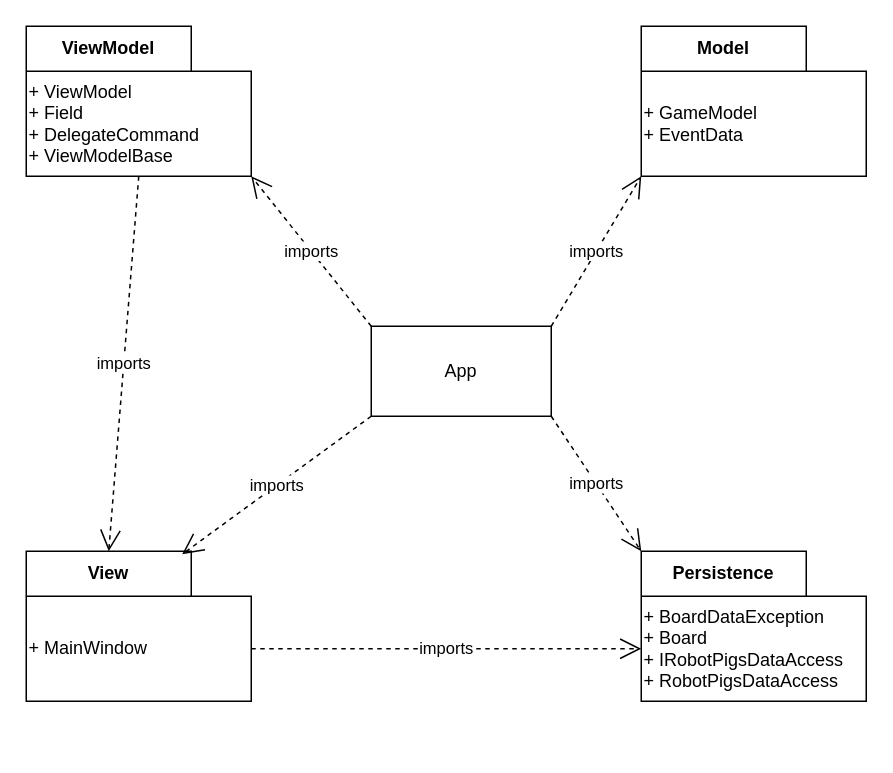
Earlier version of the draw.io diagram DOKUMENTÁCIÓ/packagediag.drawio (Reun85/esemenyvezbeadando). Source tidied: cells renumbered, new cells numbered last; positions are measured from the earlier drawing's top-left corner, leaving out a move shared by most shapes. Both pictures are drawn from the tidied source at 150%, with x=0, y=0 at pixel (26, 26).
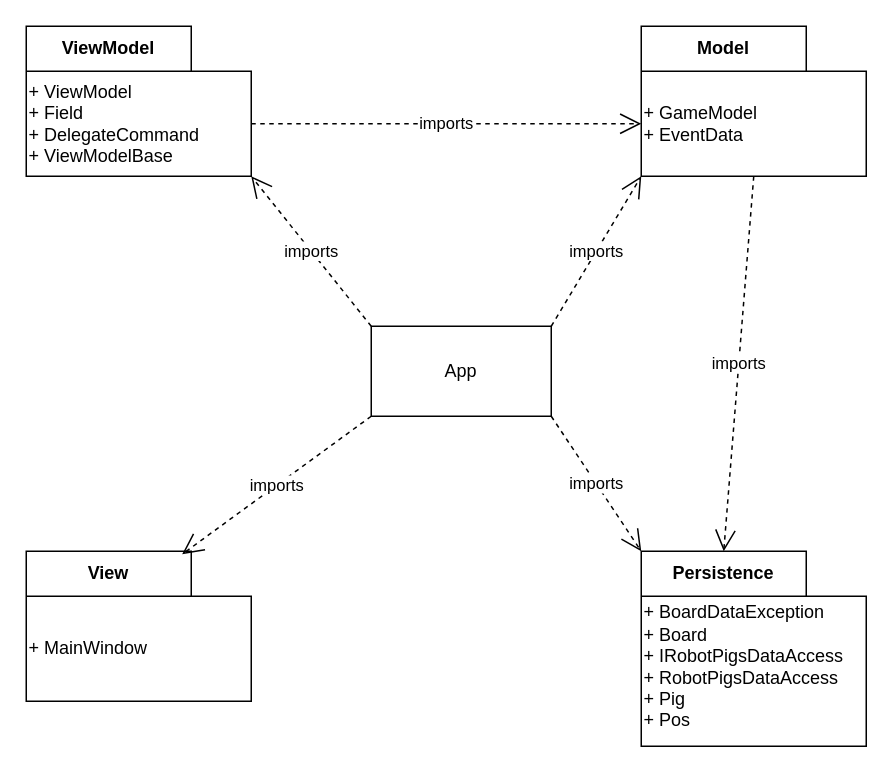
The same diagram, later.

Diff of the diagram source:
```diff
@@
 <mxGraphModel>
   <root>
     <mxCell id="0" />
     <mxCell id="1" parent="0" />
     <mxCell id="2" value="ViewModel" style="shape=folder;fontStyle=1;tabWidth=110;tabHeight=30;tabPosition=left;html=1;boundedLbl=1;labelInHeader=1;whiteSpace=wrap;" parent="1" vertex="1">
       <mxGeometry width="150" height="100" as="geometry" />
     </mxCell>
     <mxCell id="3" value="&lt;p style=&quot;line-height: 80%;&quot;&gt;&lt;/p&gt;&lt;div align=&quot;left&quot;&gt;+ ViewModel&lt;/div&gt;&lt;div align=&quot;left&quot;&gt;+ Field&lt;/div&gt;&lt;div align=&quot;left&quot;&gt;+ DelegateCommand&lt;/div&gt;&lt;div align=&quot;left&quot;&gt;+ ViewModelBase&lt;br&gt;&lt;/div&gt;&lt;p&gt;&lt;/p&gt;" style="html=1;strokeColor=none;fillColor=none;whiteSpace=wrap;align=left;" parent="2" vertex="1">
       <mxGeometry width="150" height="70" relative="1" as="geometry">
         <mxPoint y="30" as="offset" />
       </mxGeometry>
     </mxCell>
     <mxCell id="4" value="Model" style="shape=folder;fontStyle=1;tabWidth=110;tabHeight=30;tabPosition=left;html=1;boundedLbl=1;labelInHeader=1;whiteSpace=wrap;" parent="1" vertex="1">
       <mxGeometry x="410" width="150" height="100" as="geometry" />
     </mxCell>
     <mxCell id="5" value="&lt;div&gt;+ GameModel&lt;/div&gt;&lt;div&gt;+ EventData&lt;br&gt;&lt;/div&gt;" style="html=1;strokeColor=none;fillColor=none;whiteSpace=wrap;align=left;" parent="4" vertex="1">
       <mxGeometry width="150" height="70" relative="1" as="geometry">
         <mxPoint y="30" as="offset" />
       </mxGeometry>
     </mxCell>
     <mxCell id="6" value="View" style="shape=folder;fontStyle=1;tabWidth=110;tabHeight=30;tabPosition=left;html=1;boundedLbl=1;labelInHeader=1;whiteSpace=wrap;" parent="1" vertex="1">
       <mxGeometry y="350" width="150" height="100" as="geometry" />
     </mxCell>
     <mxCell id="7" value="&lt;div&gt;+ MainWindow&lt;/div&gt;" style="html=1;strokeColor=none;fillColor=none;whiteSpace=wrap;align=left;" parent="6" vertex="1">
       <mxGeometry width="150" height="70" relative="1" as="geometry">
         <mxPoint y="30" as="offset" />
       </mxGeometry>
     </mxCell>
     <mxCell id="8" value="Persistence" style="shape=folder;fontStyle=1;tabWidth=110;tabHeight=30;tabPosition=left;html=1;boundedLbl=1;labelInHeader=1;whiteSpace=wrap;" parent="1" vertex="1">
-      <mxGeometry x="410" y="350" width="150" height="100" as="geometry" />
+      <mxGeometry x="410" y="350" width="150" height="130" as="geometry" />
     </mxCell>
-    <mxCell id="9" value="&lt;div&gt;+ BoardDataException&lt;/div&gt;&lt;div&gt;+ Board&lt;/div&gt;&lt;div&gt;+ IRobotPigsDataAccess&lt;br&gt;&lt;/div&gt;&lt;div&gt;+ RobotPigsDataAccess&lt;br&gt;&lt;/div&gt;" style="html=1;strokeColor=none;fillColor=none;whiteSpace=wrap;align=left;" parent="8" vertex="1">
-      <mxGeometry width="150" height="70" relative="1" as="geometry">
+    <mxCell id="9" value="&lt;div&gt;+ BoardDataException&lt;/div&gt;&lt;div&gt;+ Board&lt;/div&gt;&lt;div&gt;+ IRobotPigsDataAccess&lt;br&gt;&lt;/div&gt;&lt;div&gt;+ RobotPigsDataAccess&lt;/div&gt;&lt;div&gt;+ Pig&lt;/div&gt;&lt;div&gt;+ Pos&lt;br&gt;&lt;/div&gt;" style="html=1;strokeColor=none;fillColor=none;whiteSpace=wrap;align=left;" parent="8" vertex="1">
+      <mxGeometry width="150" height="94.55" relative="1" as="geometry">
         <mxPoint y="30" as="offset" />
       </mxGeometry>
     </mxCell>
     <mxCell id="10" value="App" style="rounded=0;whiteSpace=wrap;html=1;" parent="1" vertex="1">
       <mxGeometry x="230" y="200" width="120" height="60" as="geometry" />
     </mxCell>
     <mxCell id="11" value="&lt;div&gt;imports&lt;/div&gt;" style="endArrow=open;endSize=12;dashed=1;html=1;rounded=0;exitX=0;exitY=1;exitDx=0;exitDy=0;entryX=0.693;entryY=0.02;entryDx=0;entryDy=0;entryPerimeter=0;" parent="1" edge="1" source="10" target="6">
       <mxGeometry relative="1" as="geometry" />
     </mxCell>
     <mxCell id="12" value="&lt;div&gt;imports&lt;/div&gt;" style="endArrow=open;endSize=12;dashed=1;html=1;rounded=0;exitX=1;exitY=1;exitDx=0;exitDy=0;entryX=0;entryY=0;entryDx=0;entryDy=0;entryPerimeter=0;" parent="1" edge="1" source="10" target="8">
       <mxGeometry relative="1" as="geometry" />
     </mxCell>
     <mxCell id="13" value="&lt;div&gt;imports&lt;/div&gt;" style="endArrow=open;endSize=12;dashed=1;html=1;rounded=0;exitX=1;exitY=0;exitDx=0;exitDy=0;entryX=0;entryY=0;entryDx=0;entryDy=100;entryPerimeter=0;" parent="1" edge="1" source="10" target="4">
       <mxGeometry relative="1" as="geometry" />
     </mxCell>
     <mxCell id="14" value="&lt;div&gt;imports&lt;/div&gt;" style="endArrow=open;endSize=12;dashed=1;html=1;rounded=0;exitX=0;exitY=0;exitDx=0;exitDy=0;entryX=0;entryY=0;entryDx=150;entryDy=100;entryPerimeter=0;" parent="1" edge="1" source="10" target="2">
       <mxGeometry relative="1" as="geometry" />
     </mxCell>
-    <mxCell id="15" value="&lt;div&gt;imports&lt;/div&gt;" style="endArrow=open;endSize=12;dashed=1;html=1;rounded=0;exitX=0.5;exitY=1;exitDx=0;exitDy=0;exitPerimeter=0;entryX=0;entryY=0;entryDx=55;entryDy=0;entryPerimeter=0;" parent="1" edge="1" source="2" target="6">
+    <mxCell id="15" value="&lt;div&gt;imports&lt;/div&gt;" style="endArrow=open;endSize=12;dashed=1;html=1;rounded=0;exitX=0;exitY=0;exitDx=150;exitDy=65;exitPerimeter=0;entryX=0;entryY=0;entryDx=0;entryDy=65;entryPerimeter=0;" parent="1" edge="1" source="2" target="4">
       <mxGeometry relative="1" as="geometry" />
     </mxCell>
-    <mxCell id="16" value="&lt;div&gt;imports&lt;/div&gt;" style="endArrow=open;endSize=12;dashed=1;html=1;rounded=0;exitX=0;exitY=0;exitDx=150;exitDy=65;exitPerimeter=0;entryX=0;entryY=0;entryDx=0;entryDy=65;entryPerimeter=0;" parent="1" edge="1" source="6" target="8">
+    <mxCell id="16" value="&lt;div&gt;imports&lt;/div&gt;" style="endArrow=open;endSize=12;dashed=1;html=1;rounded=0;exitX=0.5;exitY=1;exitDx=0;exitDy=0;exitPerimeter=0;entryX=0;entryY=0;entryDx=55;entryDy=0;entryPerimeter=0;" parent="1" edge="1" source="4" target="8">
       <mxGeometry relative="1" as="geometry" />
     </mxCell>
   </root>
 </mxGraphModel>
```
